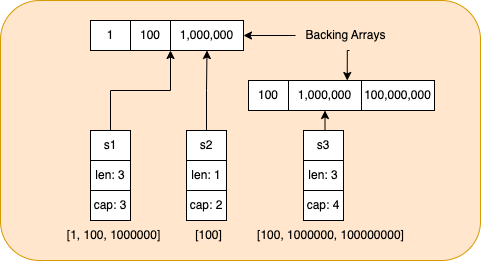
Above: slices/images/slice-append-3.png in songx23/golang-present (draw.io), before the change. Source tidied: cells renumbered, new cells last; positions are measured from the earlier drawing's top-left corner, leaving out a move shared by most shapes. Source of this version:
```xml
<mxGraphModel>
  <root>
    <mxCell id="0" />
    <mxCell id="1" parent="0" />
    <mxCell id="2" style="rounded=1;whiteSpace=wrap;html=1;fillColor=#ffe6cc;strokeColor=#d79b00;" parent="1" vertex="1">
      <mxGeometry width="480" height="260" as="geometry" />
    </mxCell>
    <mxCell id="3" value="1" style="rounded=0;whiteSpace=wrap;html=1;" parent="1" vertex="1">
      <mxGeometry x="90" y="20" width="40" height="30" as="geometry" />
    </mxCell>
    <mxCell id="4" value="100" style="rounded=0;whiteSpace=wrap;html=1;" parent="1" vertex="1">
      <mxGeometry x="130" y="20" width="40" height="30" as="geometry" />
    </mxCell>
    <mxCell id="5" value="1,000,000" style="rounded=0;whiteSpace=wrap;html=1;" parent="1" vertex="1">
      <mxGeometry x="170" y="20" width="73" height="30" as="geometry" />
    </mxCell>
    <mxCell id="6" style="edgeStyle=orthogonalEdgeStyle;rounded=0;jettySize=auto;html=1;entryX=1;entryY=0.5;entryDx=0;entryDy=0;" parent="1" edge="1" source="8" target="5">
      <mxGeometry relative="1" as="geometry" />
    </mxCell>
    <mxCell id="7" style="edgeStyle=orthogonalEdgeStyle;rounded=0;orthogonalLoop=1;jettySize=auto;html=1;entryX=0.75;entryY=0;entryDx=0;entryDy=0;" parent="1" edge="1">
      <mxGeometry relative="1" as="geometry">
        <mxPoint x="349" y="50" as="sourcePoint" />
        <mxPoint x="346.8" y="80" as="targetPoint" />
      </mxGeometry>
    </mxCell>
    <mxCell id="8" value="Backing Arrays" style="text;html=1;align=center;verticalAlign=middle;points=[];strokeColor=none;fillColor=none;" parent="1" vertex="1">
      <mxGeometry x="295" y="20" width="100" height="30" as="geometry" />
    </mxCell>
    <mxCell id="9" style="edgeStyle=orthogonalEdgeStyle;rounded=0;jettySize=auto;html=1;entryX=1;entryY=1;entryDx=0;entryDy=0;" parent="1" edge="1" source="10" target="4">
      <mxGeometry relative="1" as="geometry" />
    </mxCell>
    <mxCell id="10" value="s1" style="rounded=0;whiteSpace=wrap;html=1;" parent="1" vertex="1">
      <mxGeometry x="90" y="130" width="40" height="30" as="geometry" />
    </mxCell>
    <mxCell id="11" value="len: 3" style="rounded=0;whiteSpace=wrap;html=1;" parent="1" vertex="1">
      <mxGeometry x="90" y="160" width="40" height="30" as="geometry" />
    </mxCell>
    <mxCell id="12" value="cap: 3" style="rounded=0;whiteSpace=wrap;html=1;" parent="1" vertex="1">
      <mxGeometry x="90" y="190" width="40" height="30" as="geometry" />
    </mxCell>
    <mxCell id="13" style="edgeStyle=orthogonalEdgeStyle;rounded=0;jettySize=auto;html=1;exitX=0.5;exitY=0;exitDx=0;exitDy=0;entryX=0.5;entryY=1;entryDx=0;entryDy=0;" parent="1" edge="1" source="14" target="5">
      <mxGeometry relative="1" as="geometry" />
    </mxCell>
    <mxCell id="14" value="s2" style="rounded=0;whiteSpace=wrap;html=1;" parent="1" vertex="1">
      <mxGeometry x="186" y="130" width="40" height="30" as="geometry" />
    </mxCell>
    <mxCell id="15" value="len: 1" style="rounded=0;whiteSpace=wrap;html=1;" parent="1" vertex="1">
      <mxGeometry x="186" y="160" width="40" height="30" as="geometry" />
    </mxCell>
    <mxCell id="16" value="cap: 2" style="rounded=0;whiteSpace=wrap;html=1;" parent="1" vertex="1">
      <mxGeometry x="186" y="190" width="40" height="30" as="geometry" />
    </mxCell>
    <mxCell id="17" style="edgeStyle=orthogonalEdgeStyle;rounded=0;jettySize=auto;html=1;exitX=0.5;exitY=0;exitDx=0;exitDy=0;entryX=0.5;entryY=1;entryDx=0;entryDy=0;" parent="1" edge="1" source="18" target="25">
      <mxGeometry relative="1" as="geometry" />
    </mxCell>
    <mxCell id="18" value="s3" style="rounded=0;whiteSpace=wrap;html=1;" parent="1" vertex="1">
      <mxGeometry x="303" y="130" width="40" height="30" as="geometry" />
    </mxCell>
    <mxCell id="19" value="len: 3" style="rounded=0;whiteSpace=wrap;html=1;" parent="1" vertex="1">
      <mxGeometry x="303" y="160" width="40" height="30" as="geometry" />
    </mxCell>
    <mxCell id="20" value="cap: 4" style="rounded=0;whiteSpace=wrap;html=1;" parent="1" vertex="1">
      <mxGeometry x="303" y="190" width="40" height="30" as="geometry" />
    </mxCell>
    <mxCell id="21" value="[1, 100, 1000000]" style="text;html=1;align=center;verticalAlign=middle;strokeColor=none;fillColor=none;" parent="1" vertex="1">
      <mxGeometry x="53" y="220" width="120" height="30" as="geometry" />
    </mxCell>
    <mxCell id="22" value="[100]" style="text;html=1;align=center;verticalAlign=middle;strokeColor=none;fillColor=none;" parent="1" vertex="1">
      <mxGeometry x="183" y="220" width="50" height="30" as="geometry" />
    </mxCell>
    <mxCell id="23" value="[100, 1000000, 100000000]" style="text;html=1;align=center;verticalAlign=middle;strokeColor=none;fillColor=none;" parent="1" vertex="1">
      <mxGeometry x="245" y="220" width="170" height="30" as="geometry" />
    </mxCell>
    <mxCell id="24" value="100" style="rounded=0;whiteSpace=wrap;html=1;" parent="1" vertex="1">
      <mxGeometry x="248" y="80" width="40" height="30" as="geometry" />
    </mxCell>
    <mxCell id="25" value="1,000,000" style="rounded=0;whiteSpace=wrap;html=1;" parent="1" vertex="1">
      <mxGeometry x="288" y="80" width="73" height="30" as="geometry" />
    </mxCell>
    <mxCell id="26" value="100,000,000" style="rounded=0;whiteSpace=wrap;html=1;" parent="1" vertex="1">
      <mxGeometry x="361" y="80" width="73" height="30" as="geometry" />
    </mxCell>
  </root>
</mxGraphModel>
```
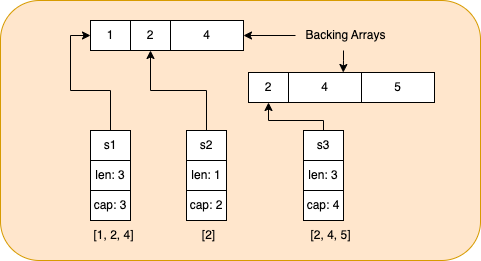
After the commit.

Diff of the diagram source:
```diff
@@ -8,25 +8,27 @@
     <mxCell id="3" value="1" style="rounded=0;whiteSpace=wrap;html=1;" parent="1" vertex="1">
       <mxGeometry x="90" y="20" width="40" height="30" as="geometry" />
     </mxCell>
-    <mxCell id="4" value="100" style="rounded=0;whiteSpace=wrap;html=1;" parent="1" vertex="1">
+    <mxCell id="4" value="2" style="rounded=0;whiteSpace=wrap;html=1;" parent="1" vertex="1">
       <mxGeometry x="130" y="20" width="40" height="30" as="geometry" />
     </mxCell>
-    <mxCell id="5" value="1,000,000" style="rounded=0;whiteSpace=wrap;html=1;" parent="1" vertex="1">
+    <mxCell id="5" value="4" style="rounded=0;whiteSpace=wrap;html=1;" parent="1" vertex="1">
       <mxGeometry x="170" y="20" width="73" height="30" as="geometry" />
     </mxCell>
     <mxCell id="6" style="edgeStyle=orthogonalEdgeStyle;rounded=0;jettySize=auto;html=1;entryX=1;entryY=0.5;entryDx=0;entryDy=0;" parent="1" edge="1" source="8" target="5">
       <mxGeometry relative="1" as="geometry" />
     </mxCell>
-    <mxCell id="7" style="edgeStyle=orthogonalEdgeStyle;rounded=0;orthogonalLoop=1;jettySize=auto;html=1;entryX=0.75;entryY=0;entryDx=0;entryDy=0;" parent="1" edge="1">
+    <mxCell id="7" style="edgeStyle=orthogonalEdgeStyle;rounded=0;jettySize=auto;html=1;entryX=0.75;entryY=0;entryDx=0;entryDy=0;" parent="1" edge="1" source="8" target="25">
       <mxGeometry relative="1" as="geometry">
-        <mxPoint x="349" y="50" as="sourcePoint" />
-        <mxPoint x="346.8" y="80" as="targetPoint" />
+        <Array as="points">
+          <mxPoint x="343" y="60" />
+          <mxPoint x="343" y="60" />
+        </Array>
       </mxGeometry>
     </mxCell>
     <mxCell id="8" value="Backing Arrays" style="text;html=1;align=center;verticalAlign=middle;points=[];strokeColor=none;fillColor=none;" parent="1" vertex="1">
       <mxGeometry x="295" y="20" width="100" height="30" as="geometry" />
     </mxCell>
-    <mxCell id="9" style="edgeStyle=orthogonalEdgeStyle;rounded=0;jettySize=auto;html=1;entryX=1;entryY=1;entryDx=0;entryDy=0;" parent="1" edge="1" source="10" target="4">
+    <mxCell id="9" style="edgeStyle=orthogonalEdgeStyle;rounded=0;jettySize=auto;html=1;entryX=0;entryY=0.5;entryDx=0;entryDy=0;" parent="1" edge="1" source="10" target="3">
       <mxGeometry relative="1" as="geometry" />
     </mxCell>
     <mxCell id="10" value="s1" style="rounded=0;whiteSpace=wrap;html=1;" parent="1" vertex="1">
@@ -38,7 +40,7 @@
     <mxCell id="12" value="cap: 3" style="rounded=0;whiteSpace=wrap;html=1;" parent="1" vertex="1">
       <mxGeometry x="90" y="190" width="40" height="30" as="geometry" />
     </mxCell>
-    <mxCell id="13" style="edgeStyle=orthogonalEdgeStyle;rounded=0;jettySize=auto;html=1;exitX=0.5;exitY=0;exitDx=0;exitDy=0;entryX=0.5;entryY=1;entryDx=0;entryDy=0;" parent="1" edge="1" source="14" target="5">
+    <mxCell id="13" style="edgeStyle=orthogonalEdgeStyle;rounded=0;jettySize=auto;html=1;exitX=0.5;exitY=0;exitDx=0;exitDy=0;entryX=0.5;entryY=1;entryDx=0;entryDy=0;" parent="1" edge="1" source="14" target="4">
       <mxGeometry relative="1" as="geometry" />
     </mxCell>
     <mxCell id="14" value="s2" style="rounded=0;whiteSpace=wrap;html=1;" parent="1" vertex="1">
@@ -50,8 +52,13 @@
     <mxCell id="16" value="cap: 2" style="rounded=0;whiteSpace=wrap;html=1;" parent="1" vertex="1">
       <mxGeometry x="186" y="190" width="40" height="30" as="geometry" />
     </mxCell>
-    <mxCell id="17" style="edgeStyle=orthogonalEdgeStyle;rounded=0;jettySize=auto;html=1;exitX=0.5;exitY=0;exitDx=0;exitDy=0;entryX=0.5;entryY=1;entryDx=0;entryDy=0;" parent="1" edge="1" source="18" target="25">
-      <mxGeometry relative="1" as="geometry" />
+    <mxCell id="17" style="edgeStyle=orthogonalEdgeStyle;rounded=0;jettySize=auto;html=1;exitX=0.5;exitY=0;exitDx=0;exitDy=0;entryX=0.5;entryY=1;entryDx=0;entryDy=0;" parent="1" edge="1" source="18" target="24">
+      <mxGeometry relative="1" as="geometry">
+        <Array as="points">
+          <mxPoint x="323" y="120" />
+          <mxPoint x="268" y="120" />
+        </Array>
+      </mxGeometry>
     </mxCell>
     <mxCell id="18" value="s3" style="rounded=0;whiteSpace=wrap;html=1;" parent="1" vertex="1">
       <mxGeometry x="303" y="130" width="40" height="30" as="geometry" />
@@ -62,23 +69,23 @@
     <mxCell id="20" value="cap: 4" style="rounded=0;whiteSpace=wrap;html=1;" parent="1" vertex="1">
       <mxGeometry x="303" y="190" width="40" height="30" as="geometry" />
     </mxCell>
-    <mxCell id="21" value="[1, 100, 1000000]" style="text;html=1;align=center;verticalAlign=middle;strokeColor=none;fillColor=none;" parent="1" vertex="1">
-      <mxGeometry x="53" y="220" width="120" height="30" as="geometry" />
+    <mxCell id="21" value="[1, 2, 4]" style="text;html=1;align=center;verticalAlign=middle;strokeColor=none;fillColor=none;" parent="1" vertex="1">
+      <mxGeometry x="83" y="220" width="60" height="30" as="geometry" />
     </mxCell>
-    <mxCell id="22" value="[100]" style="text;html=1;align=center;verticalAlign=middle;strokeColor=none;fillColor=none;" parent="1" vertex="1">
-      <mxGeometry x="183" y="220" width="50" height="30" as="geometry" />
+    <mxCell id="22" value="[2]" style="text;html=1;align=center;verticalAlign=middle;strokeColor=none;fillColor=none;" parent="1" vertex="1">
+      <mxGeometry x="188" y="220" width="40" height="30" as="geometry" />
     </mxCell>
-    <mxCell id="23" value="[100, 1000000, 100000000]" style="text;html=1;align=center;verticalAlign=middle;strokeColor=none;fillColor=none;" parent="1" vertex="1">
-      <mxGeometry x="245" y="220" width="170" height="30" as="geometry" />
+    <mxCell id="23" value="[2, 4, 5]" style="text;html=1;align=center;verticalAlign=middle;strokeColor=none;fillColor=none;" parent="1" vertex="1">
+      <mxGeometry x="300" y="220" width="60" height="30" as="geometry" />
     </mxCell>
-    <mxCell id="24" value="100" style="rounded=0;whiteSpace=wrap;html=1;" parent="1" vertex="1">
-      <mxGeometry x="248" y="80" width="40" height="30" as="geometry" />
+    <mxCell id="24" value="2" style="rounded=0;whiteSpace=wrap;html=1;" parent="1" vertex="1">
+      <mxGeometry x="248" y="72" width="40" height="30" as="geometry" />
     </mxCell>
-    <mxCell id="25" value="1,000,000" style="rounded=0;whiteSpace=wrap;html=1;" parent="1" vertex="1">
-      <mxGeometry x="288" y="80" width="73" height="30" as="geometry" />
+    <mxCell id="25" value="4" style="rounded=0;whiteSpace=wrap;html=1;" parent="1" vertex="1">
+      <mxGeometry x="288" y="72" width="73" height="30" as="geometry" />
     </mxCell>
-    <mxCell id="26" value="100,000,000" style="rounded=0;whiteSpace=wrap;html=1;" parent="1" vertex="1">
-      <mxGeometry x="361" y="80" width="73" height="30" as="geometry" />
+    <mxCell id="26" value="5" style="rounded=0;whiteSpace=wrap;html=1;" parent="1" vertex="1">
+      <mxGeometry x="361" y="72" width="73" height="30" as="geometry" />
     </mxCell>
   </root>
 </mxGraphModel>
```
